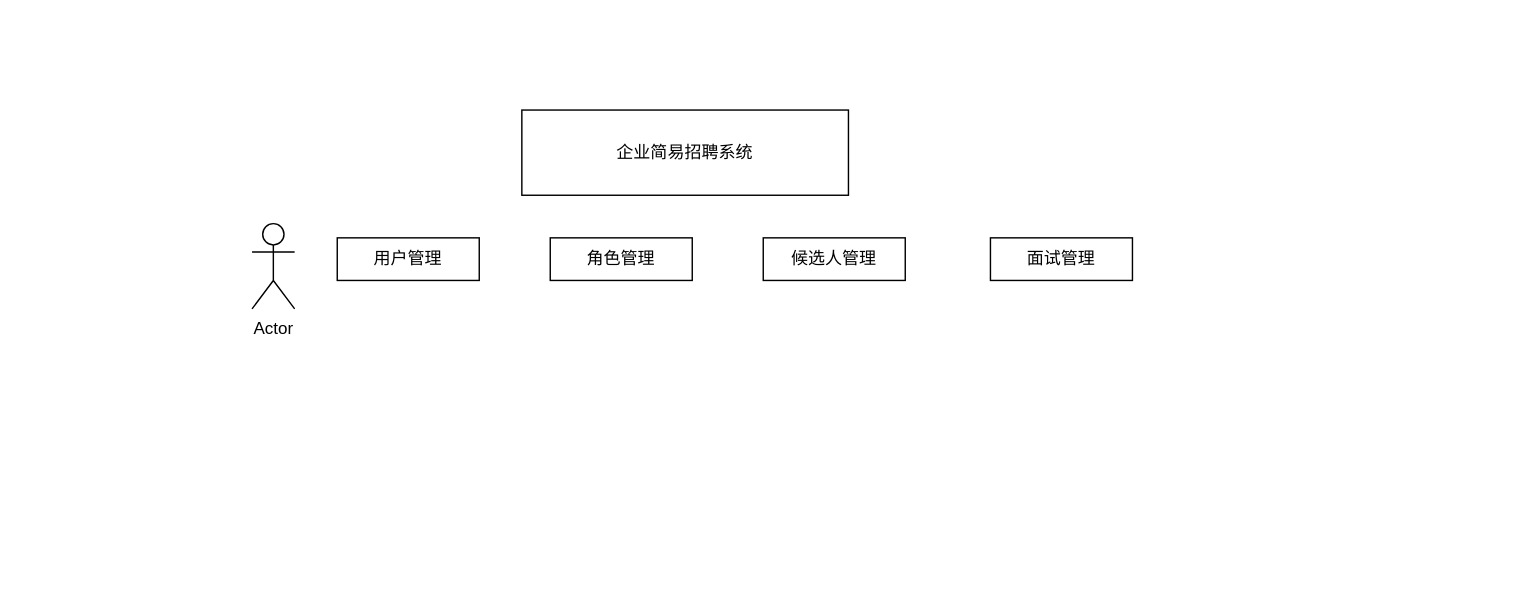
lulu202020/Repository01 keeps this draw.io diagram as slides/未命名绘图.drawio. Above is the earlier version. Source tidied: cells renumbered, new cells numbered last; positions are measured from the earlier drawing's top-left corner, leaving out a move shared by most shapes. Both pictures are drawn from the tidied source at 142%, with x=0, y=0 at pixel (251, 109).
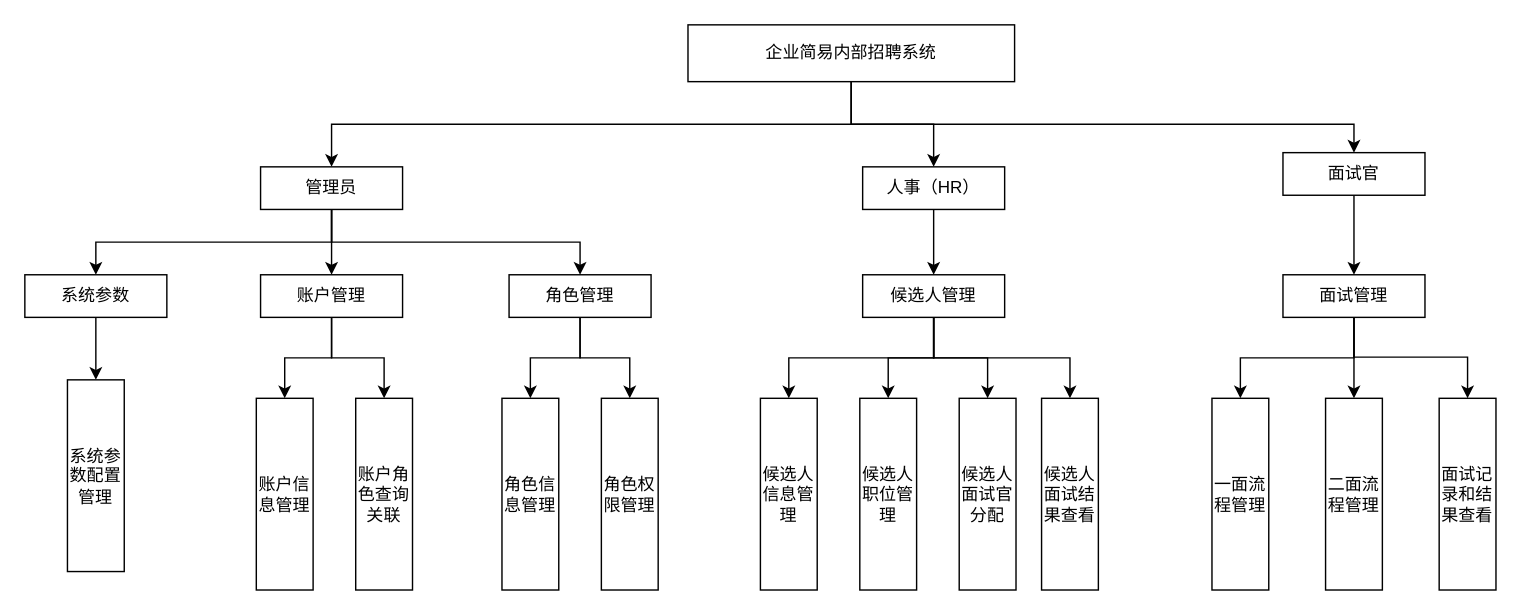
The same diagram, later.

Commit message:
更新未命名绘图.drawio

Change to the diagram source:
```diff
@@
-    <mxCell id="2" value="Actor" style="shape=umlActor;verticalLabelPosition=bottom;verticalAlign=top;html=1;" parent="1" vertex="1">
-      <mxGeometry y="80" width="30" height="60" as="geometry" />
-    </mxCell>
+    <mxCell id="8" style="edgeStyle=orthogonalEdgeStyle;rounded=0;jettySize=auto;html=1;exitX=0.5;exitY=1;exitDx=0;exitDy=0;" parent="1" edge="1" source="3" target="35">
+      <mxGeometry relative="1" as="geometry" />
+    </mxCell>
+    <mxCell id="9" style="edgeStyle=orthogonalEdgeStyle;rounded=0;jettySize=auto;html=1;entryX=0.5;entryY=0;entryDx=0;entryDy=0;" parent="1" edge="1" source="3" target="37">
+      <mxGeometry relative="1" as="geometry" />
+    </mxCell>
+    <mxCell id="10" style="edgeStyle=orthogonalEdgeStyle;rounded=0;jettySize=auto;html=1;exitX=0.5;exitY=1;exitDx=0;exitDy=0;entryX=0.5;entryY=0;entryDx=0;entryDy=0;" parent="1" edge="1" source="3" target="39">
+      <mxGeometry relative="1" as="geometry">
+        <Array as="points">
+          <mxPoint x="422" y="10" />
+          <mxPoint x="776" y="10" />
+        </Array>
+      </mxGeometry>
+    </mxCell>
-    <mxCell id="3" value="企业简易招聘系统" style="rounded=0;whiteSpace=wrap;html=1;" parent="1" vertex="1">
-      <mxGeometry x="190" width="230" height="60" as="geometry" />
+    <mxCell id="3" value="企业简易内部招聘系统" style="rounded=0;whiteSpace=wrap;html=1;" parent="1" vertex="1">
+      <mxGeometry x="307" y="-60" width="230" height="40" as="geometry" />
     </mxCell>
+    <mxCell id="11" style="edgeStyle=orthogonalEdgeStyle;rounded=0;jettySize=auto;html=1;" parent="1" edge="1" source="4" target="22">
+      <mxGeometry relative="1" as="geometry" />
+    </mxCell>
+    <mxCell id="12" style="edgeStyle=orthogonalEdgeStyle;rounded=0;jettySize=auto;html=1;exitX=0.5;exitY=1;exitDx=0;exitDy=0;" parent="1" edge="1" source="4" target="23">
+      <mxGeometry relative="1" as="geometry" />
+    </mxCell>
-    <mxCell id="4" value="用户管理" style="rounded=0;whiteSpace=wrap;html=1;" parent="1" vertex="1">
-      <mxGeometry x="60" y="90" width="100" height="30" as="geometry" />
+    <mxCell id="4" value="账户管理" style="rounded=0;whiteSpace=wrap;html=1;" parent="1" vertex="1">
+      <mxGeometry x="6" y="116" width="100" height="30" as="geometry" />
     </mxCell>
+    <mxCell id="13" style="edgeStyle=orthogonalEdgeStyle;rounded=0;jettySize=auto;html=1;entryX=0.5;entryY=0;entryDx=0;entryDy=0;" parent="1" edge="1" source="5" target="24">
+      <mxGeometry relative="1" as="geometry" />
+    </mxCell>
+    <mxCell id="14" style="edgeStyle=orthogonalEdgeStyle;rounded=0;jettySize=auto;html=1;entryX=0.5;entryY=0;entryDx=0;entryDy=0;" parent="1" edge="1" source="5" target="25">
+      <mxGeometry relative="1" as="geometry" />
+    </mxCell>
     <mxCell id="5" value="角色管理" style="rounded=0;whiteSpace=wrap;html=1;" parent="1" vertex="1">
-      <mxGeometry x="210" y="90" width="100" height="30" as="geometry" />
+      <mxGeometry x="181" y="116" width="100" height="30" as="geometry" />
     </mxCell>
+    <mxCell id="15" style="edgeStyle=orthogonalEdgeStyle;rounded=0;jettySize=auto;html=1;entryX=0.5;entryY=0;entryDx=0;entryDy=0;exitX=0.5;exitY=1;exitDx=0;exitDy=0;" parent="1" edge="1" source="6" target="26">
+      <mxGeometry relative="1" as="geometry" />
+    </mxCell>
+    <mxCell id="16" style="edgeStyle=orthogonalEdgeStyle;rounded=0;jettySize=auto;html=1;entryX=0.5;entryY=0;entryDx=0;entryDy=0;" parent="1" edge="1" source="6" target="27">
+      <mxGeometry relative="1" as="geometry" />
+    </mxCell>
+    <mxCell id="17" style="edgeStyle=orthogonalEdgeStyle;rounded=0;jettySize=auto;html=1;entryX=0.5;entryY=0;entryDx=0;entryDy=0;" parent="1" edge="1" source="6" target="28">
+      <mxGeometry relative="1" as="geometry" />
+    </mxCell>
+    <mxCell id="18" style="edgeStyle=orthogonalEdgeStyle;rounded=0;jettySize=auto;html=1;exitX=0.5;exitY=1;exitDx=0;exitDy=0;" parent="1" edge="1" source="6" target="40">
+      <mxGeometry relative="1" as="geometry" />
+    </mxCell>
     <mxCell id="6" value="候选人管理" style="rounded=0;whiteSpace=wrap;html=1;" parent="1" vertex="1">
-      <mxGeometry x="360" y="90" width="100" height="30" as="geometry" />
+      <mxGeometry x="430" y="116" width="100" height="30" as="geometry" />
     </mxCell>
+    <mxCell id="19" style="edgeStyle=orthogonalEdgeStyle;rounded=0;jettySize=auto;html=1;exitX=0.5;exitY=1;exitDx=0;exitDy=0;" parent="1" edge="1" source="7" target="29">
+      <mxGeometry relative="1" as="geometry" />
+    </mxCell>
+    <mxCell id="20" style="edgeStyle=orthogonalEdgeStyle;rounded=0;jettySize=auto;html=1;entryX=0.5;entryY=0;entryDx=0;entryDy=0;" parent="1" edge="1" source="7" target="30">
+      <mxGeometry relative="1" as="geometry" />
+    </mxCell>
+    <mxCell id="21" style="edgeStyle=orthogonalEdgeStyle;rounded=0;jettySize=auto;html=1;entryX=0.5;entryY=0;entryDx=0;entryDy=0;exitX=0.5;exitY=1;exitDx=0;exitDy=0;" parent="1" edge="1" source="7" target="31">
+      <mxGeometry relative="1" as="geometry">
+        <Array as="points">
+          <mxPoint x="776" y="174" />
+          <mxPoint x="856" y="174" />
+        </Array>
+      </mxGeometry>
+    </mxCell>
     <mxCell id="7" value="面试管理" style="rounded=0;whiteSpace=wrap;html=1;" parent="1" vertex="1">
-      <mxGeometry x="520" y="90" width="100" height="30" as="geometry" />
+      <mxGeometry x="726" y="116" width="100" height="30" as="geometry" />
     </mxCell>
+    <mxCell id="22" value="账户信息管理" style="rounded=0;whiteSpace=wrap;html=1;" parent="1" vertex="1">
+      <mxGeometry x="3" y="203" width="40" height="135" as="geometry" />
+    </mxCell>
+    <mxCell id="23" value="账户角色查询关联" style="rounded=0;whiteSpace=wrap;html=1;" parent="1" vertex="1">
+      <mxGeometry x="73" y="203" width="40" height="135" as="geometry" />
+    </mxCell>
+    <mxCell id="24" value="角色信息管理" style="rounded=0;whiteSpace=wrap;html=1;" parent="1" vertex="1">
+      <mxGeometry x="176" y="203" width="40" height="135" as="geometry" />
+    </mxCell>
+    <mxCell id="25" value="角色权限管理" style="rounded=0;whiteSpace=wrap;html=1;" parent="1" vertex="1">
+      <mxGeometry x="246" y="203" width="40" height="135" as="geometry" />
+    </mxCell>
+    <mxCell id="26" value="候选人信息管理" style="rounded=0;whiteSpace=wrap;html=1;" parent="1" vertex="1">
+      <mxGeometry x="358" y="203" width="40" height="135" as="geometry" />
+    </mxCell>
+    <mxCell id="27" value="候选人职位管理" style="rounded=0;whiteSpace=wrap;html=1;" parent="1" vertex="1">
+      <mxGeometry x="428" y="203" width="40" height="135" as="geometry" />
+    </mxCell>
+    <mxCell id="28" value="候选人面试官分配" style="rounded=0;whiteSpace=wrap;html=1;" parent="1" vertex="1">
+      <mxGeometry x="498" y="203" width="40" height="135" as="geometry" />
+    </mxCell>
+    <mxCell id="29" value="一面流程管理" style="rounded=0;whiteSpace=wrap;html=1;" parent="1" vertex="1">
+      <mxGeometry x="676" y="203" width="40" height="135" as="geometry" />
+    </mxCell>
+    <mxCell id="30" value="二面流程管理" style="rounded=0;whiteSpace=wrap;html=1;" parent="1" vertex="1">
+      <mxGeometry x="756" y="203" width="40" height="135" as="geometry" />
+    </mxCell>
+    <mxCell id="31" value="面试记录和结果查看" style="rounded=0;whiteSpace=wrap;html=1;" parent="1" vertex="1">
+      <mxGeometry x="836" y="203" width="40" height="135" as="geometry" />
+    </mxCell>
+    <mxCell id="32" style="edgeStyle=orthogonalEdgeStyle;rounded=0;jettySize=auto;html=1;entryX=0.5;entryY=0;entryDx=0;entryDy=0;exitX=0.5;exitY=1;exitDx=0;exitDy=0;" parent="1" edge="1" source="35" target="4">
+      <mxGeometry relative="1" as="geometry" />
+    </mxCell>
+    <mxCell id="33" style="edgeStyle=orthogonalEdgeStyle;rounded=0;jettySize=auto;html=1;entryX=0.5;entryY=0;entryDx=0;entryDy=0;exitX=0.5;exitY=1;exitDx=0;exitDy=0;" parent="1" edge="1" source="35" target="5">
+      <mxGeometry relative="1" as="geometry" />
+    </mxCell>
+    <mxCell id="34" style="edgeStyle=orthogonalEdgeStyle;rounded=0;jettySize=auto;html=1;entryX=0.5;entryY=0;entryDx=0;entryDy=0;exitX=0.5;exitY=1;exitDx=0;exitDy=0;" parent="1" edge="1" source="35" target="42">
+      <mxGeometry relative="1" as="geometry" />
+    </mxCell>
+    <mxCell id="35" value="管理员" style="rounded=0;whiteSpace=wrap;html=1;" parent="1" vertex="1">
+      <mxGeometry x="6" y="40" width="100" height="30" as="geometry" />
+    </mxCell>
+    <mxCell id="36" style="edgeStyle=orthogonalEdgeStyle;rounded=0;jettySize=auto;html=1;entryX=0.5;entryY=0;entryDx=0;entryDy=0;" parent="1" edge="1" source="37" target="6">
+      <mxGeometry relative="1" as="geometry" />
+    </mxCell>
+    <mxCell id="37" value="人事（HR）" style="rounded=0;whiteSpace=wrap;html=1;" parent="1" vertex="1">
+      <mxGeometry x="430" y="40" width="100" height="30" as="geometry" />
+    </mxCell>
+    <mxCell id="38" style="edgeStyle=orthogonalEdgeStyle;rounded=0;jettySize=auto;html=1;entryX=0.5;entryY=0;entryDx=0;entryDy=0;" parent="1" edge="1" source="39" target="7">
+      <mxGeometry relative="1" as="geometry" />
+    </mxCell>
+    <mxCell id="39" value="面试官" style="rounded=0;whiteSpace=wrap;html=1;" parent="1" vertex="1">
+      <mxGeometry x="726" y="30" width="100" height="30" as="geometry" />
+    </mxCell>
+    <mxCell id="40" value="候选人面试结果查看" style="rounded=0;whiteSpace=wrap;html=1;" parent="1" vertex="1">
+      <mxGeometry x="556" y="203" width="40" height="135" as="geometry" />
+    </mxCell>
+    <mxCell id="41" style="edgeStyle=orthogonalEdgeStyle;rounded=0;jettySize=auto;html=1;entryX=0.5;entryY=0;entryDx=0;entryDy=0;" parent="1" edge="1" source="42" target="43">
+      <mxGeometry relative="1" as="geometry" />
+    </mxCell>
+    <mxCell id="42" value="系统参数" style="rounded=0;whiteSpace=wrap;html=1;" parent="1" vertex="1">
+      <mxGeometry x="-160" y="116" width="100" height="30" as="geometry" />
+    </mxCell>
+    <mxCell id="43" value="系统参数配置管理" style="rounded=0;whiteSpace=wrap;html=1;" parent="1" vertex="1">
+      <mxGeometry x="-130" y="190" width="40" height="135" as="geometry" />
+    </mxCell>
```
